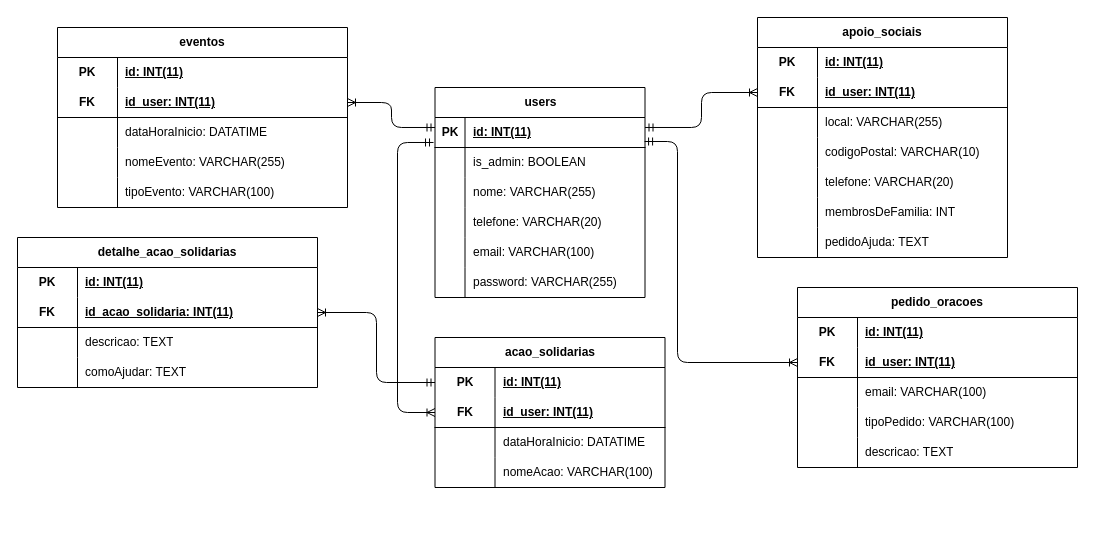
Earlier version of the draw.io diagram 7_igreja_modeloER.drawio (Mariojuniorchimene742/Base_De_Dados_Pap). Source tidied: cells renumbered, new cells numbered last; positions are measured from the earlier drawing's top-left corner, leaving out a move shared by most shapes. Both pictures are drawn from the tidied source at 100%, with x=0, y=0 at pixel (17, 17).
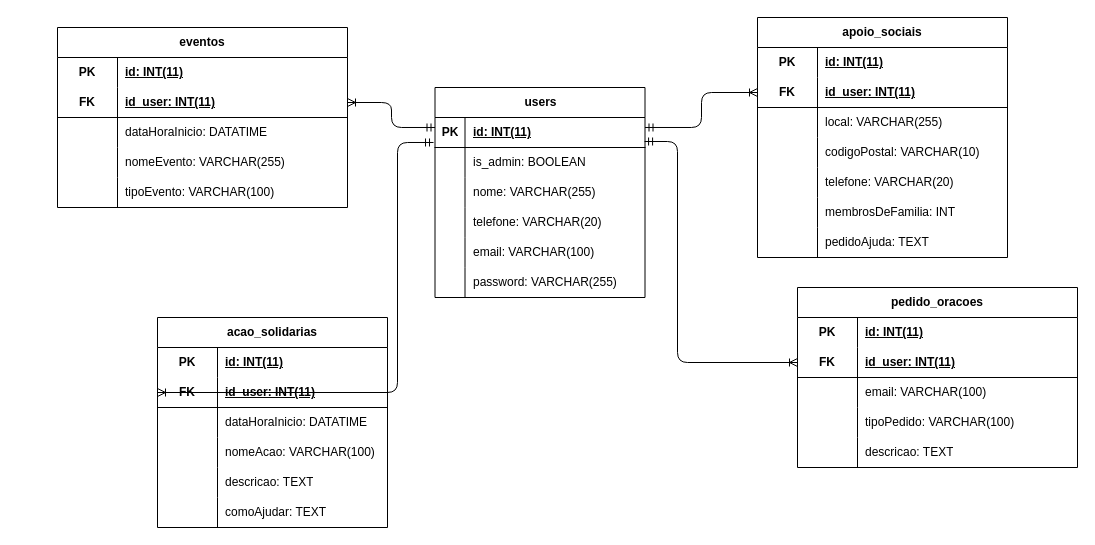
The same diagram, later.

Commit message:
alteraçoes mod er.

The change refers to these unchanged cells:
```xml
<mxCell id="93" style="shape=tableRow;horizontal=0;startSize=0;swimlaneHead=0;swimlaneBody=0;fillColor=none;points=[[0,0.5],[1,0.5]];portConstraint=eastwest;top=0;left=0;right=0;bottom=0;html=1;" parent="92" vertex="1">
  <mxGeometry y="30" width="230" height="30" as="geometry" />
</mxCell>
```

The edit, as a diff of the source:
```diff
@@
-    <mxCell id="75" value="detalhe_acao_solidarias" style="shape=table;startSize=30;childLayout=tableLayout;rowLines=0;fontStyle=1;align=center;html=1;whiteSpace=wrap;" parent="1" vertex="1">
-      <mxGeometry y="220" width="300" height="150" as="geometry" />
-    </mxCell>
-    <mxCell id="76" style="shape=tableRow;horizontal=0;startSize=0;swimlaneHead=0;swimlaneBody=0;fillColor=none;top=0;left=0;right=0;bottom=0;html=1;" parent="75" vertex="1">
-      <mxGeometry y="30" width="300" height="30" as="geometry" />
-    </mxCell>
-    <mxCell id="77" value="PK" style="shape=partialRectangle;fillColor=none;top=0;left=0;bottom=0;right=0;fontStyle=1;overflow=hidden;html=1;whiteSpace=wrap;" parent="76" vertex="1">
-      <mxGeometry width="60" height="30" as="geometry" />
-    </mxCell>
-    <mxCell id="78" value="&lt;span style=&quot;color: rgb(0, 0, 0);&quot;&gt;id: INT(11)&lt;/span&gt;" style="shape=partialRectangle;fillColor=none;top=0;left=0;bottom=0;right=0;align=left;spacingLeft=6;fontStyle=5;overflow=hidden;html=1;whiteSpace=wrap;" parent="76" vertex="1">
-      <mxGeometry x="60" width="240" height="30" as="geometry" />
-    </mxCell>
-    <mxCell id="79" style="shape=tableRow;horizontal=0;startSize=0;swimlaneHead=0;swimlaneBody=0;fillColor=none;points=[[0,0.5],[1,0.5]];portConstraint=eastwest;top=0;left=0;right=0;bottom=1;html=1;" parent="75" vertex="1">
-      <mxGeometry y="60" width="300" height="30" as="geometry" />
-    </mxCell>
-    <mxCell id="80" value="FK" style="shape=partialRectangle;fillColor=none;top=0;left=0;bottom=0;right=0;fontStyle=1;overflow=hidden;html=1;whiteSpace=wrap;" parent="79" vertex="1">
-      <mxGeometry width="60" height="30" as="geometry" />
-    </mxCell>
-    <mxCell id="81" value="id_acao_solidaria: INT(11)" style="shape=partialRectangle;fillColor=none;top=0;left=0;bottom=0;right=0;align=left;spacingLeft=6;fontStyle=5;overflow=hidden;html=1;whiteSpace=wrap;" parent="79" vertex="1">
-      <mxGeometry x="60" width="240" height="30" as="geometry" />
-    </mxCell>
-    <mxCell id="82" style="shape=tableRow;horizontal=0;startSize=0;swimlaneHead=0;swimlaneBody=0;fillColor=none;top=0;left=0;right=0;bottom=0;html=1;" parent="75" vertex="1">
-      <mxGeometry y="90" width="300" height="30" as="geometry" />
-    </mxCell>
-    <mxCell id="83" style="shape=partialRectangle;fillColor=none;top=0;left=0;bottom=0;right=0;overflow=hidden;html=1;whiteSpace=wrap;" parent="82" vertex="1">
-      <mxGeometry width="60" height="30" as="geometry" />
-    </mxCell>
-    <mxCell id="84" value="&lt;span style=&quot;color: rgb(0, 0, 0);&quot;&gt;descricao: TEXT&lt;/span&gt;" style="shape=partialRectangle;fillColor=none;top=0;left=0;bottom=0;right=0;align=left;spacingLeft=6;overflow=hidden;html=1;whiteSpace=wrap;" parent="82" vertex="1">
-      <mxGeometry x="60" width="240" height="30" as="geometry" />
-    </mxCell>
-    <mxCell id="85" style="shape=tableRow;horizontal=0;startSize=0;swimlaneHead=0;swimlaneBody=0;fillColor=none;top=0;left=0;right=0;bottom=0;html=1;" parent="75" vertex="1">
-      <mxGeometry y="120" width="300" height="30" as="geometry" />
-    </mxCell>
-    <mxCell id="86" style="shape=partialRectangle;fillColor=none;top=0;left=0;bottom=0;right=0;overflow=hidden;html=1;whiteSpace=wrap;" parent="85" vertex="1">
-      <mxGeometry width="60" height="30" as="geometry" />
-    </mxCell>
-    <mxCell id="87" value="&lt;span style=&quot;color: rgb(0, 0, 0);&quot;&gt;comoAjudar: TEXT&lt;/span&gt;" style="shape=partialRectangle;fillColor=none;top=0;left=0;bottom=0;right=0;align=left;spacingLeft=6;overflow=hidden;html=1;whiteSpace=wrap;" parent="85" vertex="1">
-      <mxGeometry x="60" width="240" height="30" as="geometry" />
-    </mxCell>
@@
-    <mxCell id="89" style="edgeStyle=elbowEdgeStyle;fontSize=12;html=1;endArrow=ERoneToMany;startArrow=ERmandOne;entryX=1;entryY=0.5;entryDx=0;entryDy=0;exitX=0;exitY=0.5;exitDx=0;exitDy=0;" parent="1" edge="1" source="93" target="79">
-      <mxGeometry relative="1" as="geometry" />
-    </mxCell>
@@
     <mxCell id="92" value="&lt;span style=&quot;color: rgb(0, 0, 0); text-wrap-mode: nowrap;&quot;&gt;acao_solidarias&lt;/span&gt;" style="shape=table;startSize=30;childLayout=tableLayout;rowLines=0;fontStyle=1;align=center;html=1;whiteSpace=wrap;" parent="1" vertex="1">
-      <mxGeometry x="417.5" y="320" width="230" height="150" as="geometry" />
+      <mxGeometry x="140" y="300" width="230" height="210" as="geometry" />
     </mxCell>
@@
+    <mxCell id="106" style="shape=tableRow;horizontal=0;startSize=0;swimlaneHead=0;swimlaneBody=0;fillColor=none;top=0;left=0;right=0;bottom=0;html=1;" parent="92" vertex="1">
+      <mxGeometry y="150" width="230" height="30" as="geometry" />
+    </mxCell>
+    <mxCell id="107" style="shape=partialRectangle;fillColor=none;top=0;left=0;bottom=0;right=0;overflow=hidden;html=1;whiteSpace=wrap;" parent="106" vertex="1">
+      <mxGeometry width="60" height="30" as="geometry" />
+    </mxCell>
+    <mxCell id="84" value="descricao: TEXT" style="shape=partialRectangle;fillColor=none;top=0;left=0;bottom=0;right=0;align=left;spacingLeft=6;overflow=hidden;html=1;whiteSpace=wrap;" parent="106" vertex="1">
+      <mxGeometry x="60" width="170" height="30" as="geometry" />
+    </mxCell>
+    <mxCell id="108" style="shape=tableRow;horizontal=0;startSize=0;swimlaneHead=0;swimlaneBody=0;fillColor=none;top=0;left=0;right=0;bottom=0;html=1;" parent="92" vertex="1">
+      <mxGeometry y="180" width="230" height="30" as="geometry" />
+    </mxCell>
+    <mxCell id="109" style="shape=partialRectangle;fillColor=none;top=0;left=0;bottom=0;right=0;overflow=hidden;html=1;whiteSpace=wrap;" parent="108" vertex="1">
+      <mxGeometry width="60" height="30" as="geometry" />
+    </mxCell>
+    <mxCell id="87" value="comoAjudar: TEXT" style="shape=partialRectangle;fillColor=none;top=0;left=0;bottom=0;right=0;align=left;spacingLeft=6;overflow=hidden;html=1;whiteSpace=wrap;" parent="108" vertex="1">
+      <mxGeometry x="60" width="170" height="30" as="geometry" />
+    </mxCell>
```
